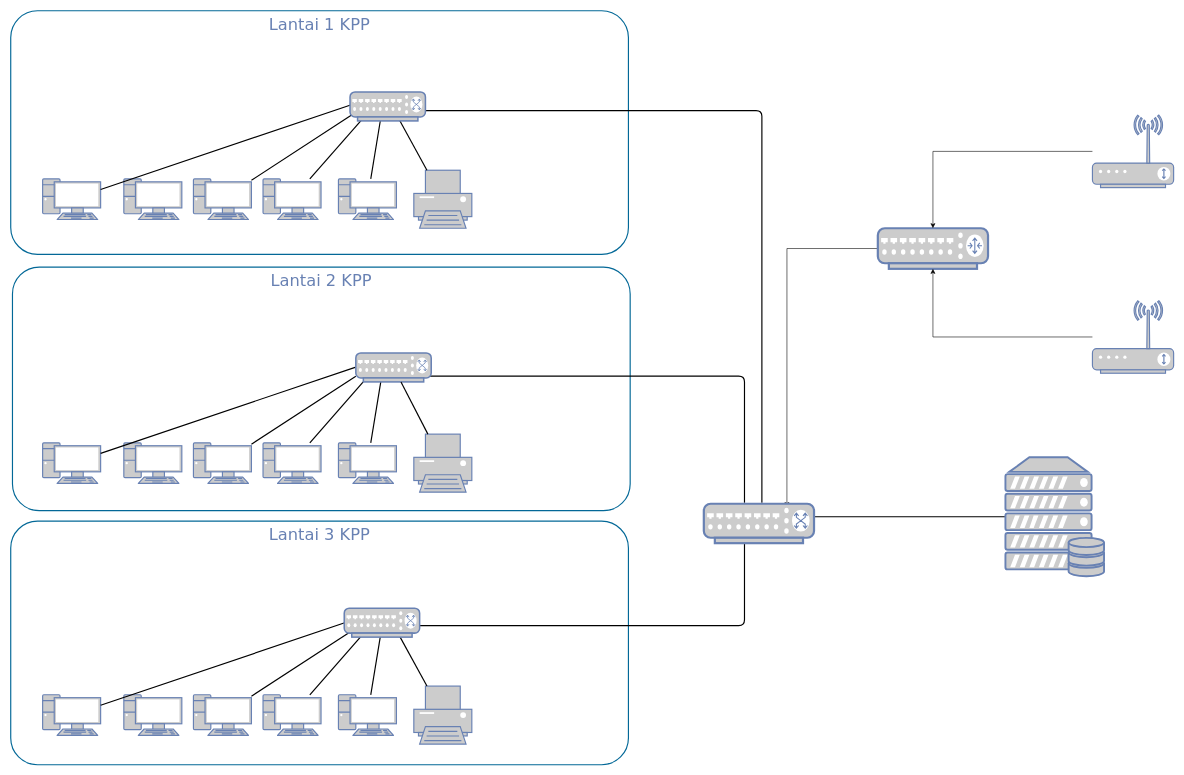
Before: Untitled Diagram.drawio in bochill/gites, a draw.io diagram. Source tidied: cells renumbered, new cells numbered last; positions are measured from the earlier drawing's top-left corner, leaving out a move shared by most shapes. Both pictures are drawn from the tidied source at 58%, with x=0, y=0 at pixel (10, 10).
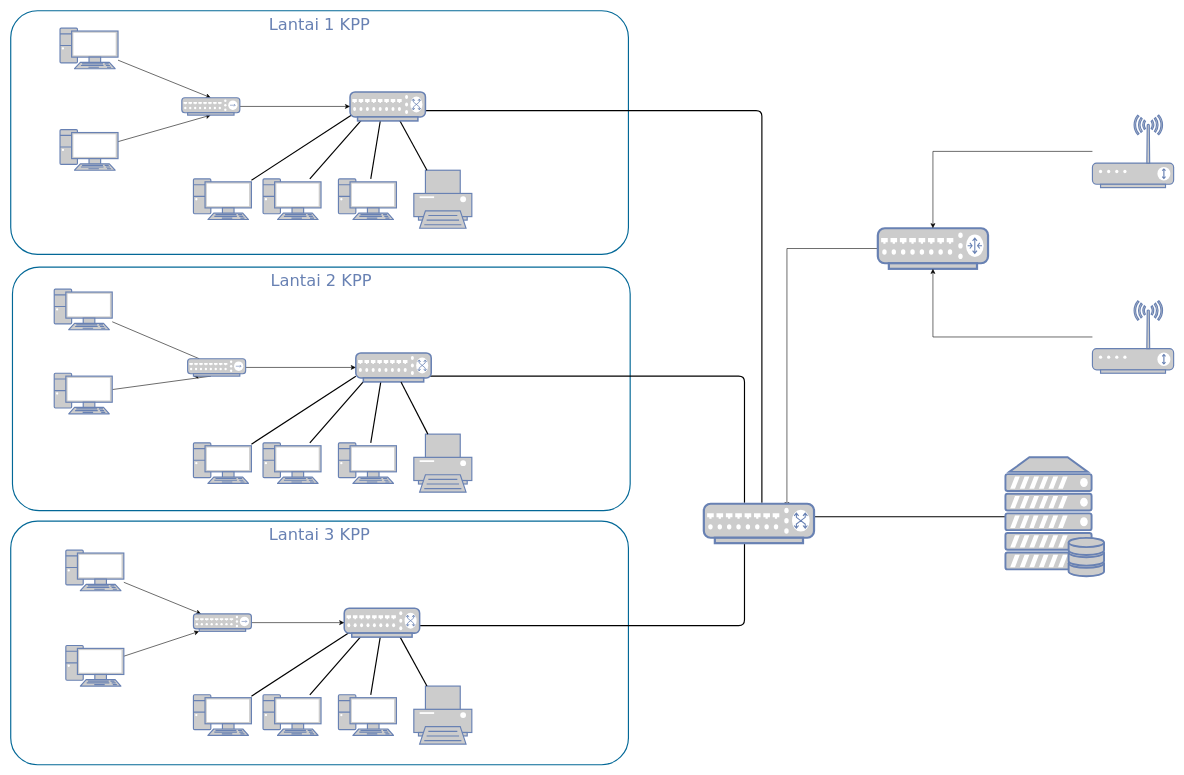
The same page after the edit.

Unchanged cells that the change refers to:
```xml
<mxCell id="42" style="fontColor=#0066CC;verticalAlign=top;verticalLabelPosition=bottom;labelPosition=center;align=center;html=1;outlineConnect=0;fillColor=#CCCCCC;strokeColor=#6881B3;gradientColor=none;gradientDirection=north;strokeWidth=2;shape=mxgraph.networks.switch;" parent="1" vertex="1">
  <mxGeometry x="595" y="590" width="130" height="50" as="geometry" />
</mxCell>
<mxCell id="48" style="fontColor=#0066CC;verticalAlign=top;verticalLabelPosition=bottom;labelPosition=center;align=center;html=1;outlineConnect=0;fillColor=#CCCCCC;strokeColor=#6881B3;gradientColor=none;gradientDirection=north;strokeWidth=2;shape=mxgraph.networks.switch;" parent="1" vertex="1">
  <mxGeometry x="585" y="140" width="130" height="50" as="geometry" />
</mxCell>
<mxCell id="49" style="fontColor=#0066CC;verticalAlign=top;verticalLabelPosition=bottom;labelPosition=center;align=center;html=1;outlineConnect=0;fillColor=#CCCCCC;strokeColor=#6881B3;gradientColor=none;gradientDirection=north;strokeWidth=2;shape=mxgraph.networks.switch;" parent="1" vertex="1">
  <mxGeometry x="575" y="1030" width="130" height="50" as="geometry" />
</mxCell>
```

Diff of the diagram source:
```diff
@@
+    <mxCell id="54" style="edgeStyle=none;rounded=0;jettySize=auto;html=1;entryX=0.5;entryY=0;entryDx=0;entryDy=0;entryPerimeter=0;" parent="1" edge="1" source="7" target="65">
+      <mxGeometry relative="1" as="geometry" />
+    </mxCell>
     <mxCell id="7" style="fontColor=#0066CC;verticalAlign=top;verticalLabelPosition=bottom;labelPosition=center;align=center;html=1;fillColor=#CCCCCC;strokeColor=#6881B3;gradientColor=none;gradientDirection=north;strokeWidth=2;shape=mxgraph.networks.pc;rounded=0;shadow=0;comic=0;" parent="1" vertex="1">
-      <mxGeometry x="55" y="290" width="100" height="70" as="geometry" />
+      <mxGeometry x="85" y="30" width="100" height="70" as="geometry" />
     </mxCell>
+    <mxCell id="55" style="edgeStyle=none;rounded=0;jettySize=auto;html=1;entryX=0.5;entryY=1;entryDx=0;entryDy=0;entryPerimeter=0;" parent="1" edge="1" source="8" target="65">
+      <mxGeometry relative="1" as="geometry" />
+    </mxCell>
     <mxCell id="8" style="fontColor=#0066CC;verticalAlign=top;verticalLabelPosition=bottom;labelPosition=center;align=center;html=1;fillColor=#CCCCCC;strokeColor=#6881B3;gradientColor=none;gradientDirection=north;strokeWidth=2;shape=mxgraph.networks.pc;rounded=0;shadow=0;comic=0;" parent="1" vertex="1">
-      <mxGeometry x="195" y="290" width="100" height="70" as="geometry" />
+      <mxGeometry x="85" y="205" width="100" height="70" as="geometry" />
     </mxCell>
@@
-    <mxCell id="13" style="edgeStyle=none;html=1;labelBackgroundColor=none;endArrow=none;endFill=0;strokeWidth=2;fontFamily=Verdana;fontSize=15;fontColor=#036897;" parent="1" edge="1" source="7">
-      <mxGeometry relative="1" as="geometry">
-        <mxPoint x="595" y="159.4" as="targetPoint" />
-      </mxGeometry>
-    </mxCell>
@@
+    <mxCell id="56" style="edgeStyle=none;rounded=0;jettySize=auto;html=1;entryX=0.1;entryY=1;entryDx=0;entryDy=0;entryPerimeter=0;" parent="1" edge="1" source="18" target="63">
+      <mxGeometry relative="1" as="geometry">
+        <Array as="points">
+          <mxPoint x="345" y="630" />
+        </Array>
+      </mxGeometry>
+    </mxCell>
     <mxCell id="18" style="fontColor=#0066CC;verticalAlign=top;verticalLabelPosition=bottom;labelPosition=center;align=center;html=1;fillColor=#CCCCCC;strokeColor=#6881B3;gradientColor=none;gradientDirection=north;strokeWidth=2;shape=mxgraph.networks.pc;rounded=0;shadow=0;comic=0;" parent="1" vertex="1">
-      <mxGeometry x="55" y="745" width="100" height="70" as="geometry" />
+      <mxGeometry x="75" y="625" width="100" height="70" as="geometry" />
     </mxCell>
+    <mxCell id="57" style="edgeStyle=none;rounded=0;jettySize=auto;html=1;" parent="1" edge="1" source="19">
+      <mxGeometry relative="1" as="geometry">
+        <mxPoint x="305" y="610" as="targetPoint" />
+        <Array as="points">
+          <mxPoint x="325" y="600" />
+        </Array>
+      </mxGeometry>
+    </mxCell>
     <mxCell id="19" style="fontColor=#0066CC;verticalAlign=top;verticalLabelPosition=bottom;labelPosition=center;align=center;html=1;fillColor=#CCCCCC;strokeColor=#6881B3;gradientColor=none;gradientDirection=north;strokeWidth=2;shape=mxgraph.networks.pc;rounded=0;shadow=0;comic=0;" parent="1" vertex="1">
-      <mxGeometry x="195" y="745" width="100" height="70" as="geometry" />
+      <mxGeometry x="75" y="480" width="100" height="70" as="geometry" />
     </mxCell>
@@
-    <mxCell id="25" style="edgeStyle=none;html=1;labelBackgroundColor=none;endArrow=none;endFill=0;strokeWidth=2;fontFamily=Verdana;fontSize=15;fontColor=#036897;" parent="1" edge="1" source="18">
-      <mxGeometry relative="1" as="geometry">
-        <mxPoint x="595" y="614.4" as="targetPoint" />
-      </mxGeometry>
-    </mxCell>
@@
+    <mxCell id="58" style="edgeStyle=none;rounded=0;jettySize=auto;html=1;" parent="1" edge="1" source="30" target="61">
+      <mxGeometry relative="1" as="geometry" />
+    </mxCell>
     <mxCell id="30" style="fontColor=#0066CC;verticalAlign=top;verticalLabelPosition=bottom;labelPosition=center;align=center;html=1;fillColor=#CCCCCC;strokeColor=#6881B3;gradientColor=none;gradientDirection=north;strokeWidth=2;shape=mxgraph.networks.pc;rounded=0;shadow=0;comic=0;" parent="1" vertex="1">
-      <mxGeometry x="55" y="1179.4" width="100" height="70" as="geometry" />
+      <mxGeometry x="95" y="930" width="100" height="70" as="geometry" />
     </mxCell>
+    <mxCell id="59" style="edgeStyle=none;rounded=0;jettySize=auto;html=1;entryX=0.1;entryY=1;entryDx=0;entryDy=0;entryPerimeter=0;" parent="1" edge="1" source="31" target="61">
+      <mxGeometry relative="1" as="geometry" />
+    </mxCell>
     <mxCell id="31" style="fontColor=#0066CC;verticalAlign=top;verticalLabelPosition=bottom;labelPosition=center;align=center;html=1;fillColor=#CCCCCC;strokeColor=#6881B3;gradientColor=none;gradientDirection=north;strokeWidth=2;shape=mxgraph.networks.pc;rounded=0;shadow=0;comic=0;" parent="1" vertex="1">
-      <mxGeometry x="195" y="1179.4" width="100" height="70" as="geometry" />
+      <mxGeometry x="95" y="1094.4" width="100" height="70" as="geometry" />
     </mxCell>
@@
-    <mxCell id="37" style="edgeStyle=none;html=1;labelBackgroundColor=none;endArrow=none;endFill=0;strokeWidth=2;fontFamily=Verdana;fontSize=15;fontColor=#036897;" parent="1" edge="1" source="30">
-      <mxGeometry relative="1" as="geometry">
-        <mxPoint x="595" y="1048.8" as="targetPoint" />
-      </mxGeometry>
-    </mxCell>
@@
+    <mxCell id="60" style="rounded=0;jettySize=auto;html=1;exitX=1;exitY=0.5;exitDx=0;exitDy=0;exitPerimeter=0;" parent="1" edge="1" source="61" target="49">
+      <mxGeometry relative="1" as="geometry" />
+    </mxCell>
+    <mxCell id="61" style="fontColor=#0066CC;verticalAlign=top;verticalLabelPosition=bottom;labelPosition=center;align=center;html=1;outlineConnect=0;fillColor=#CCCCCC;strokeColor=#6881B3;gradientColor=none;gradientDirection=north;strokeWidth=2;shape=mxgraph.networks.hub;" parent="1" vertex="1">
+      <mxGeometry x="315" y="1040" width="100" height="30" as="geometry" />
+    </mxCell>
+    <mxCell id="62" style="edgeStyle=none;rounded=0;jettySize=auto;html=1;" parent="1" edge="1" source="63" target="42">
+      <mxGeometry relative="1" as="geometry" />
+    </mxCell>
+    <mxCell id="63" style="fontColor=#0066CC;verticalAlign=top;verticalLabelPosition=bottom;labelPosition=center;align=center;html=1;outlineConnect=0;fillColor=#CCCCCC;strokeColor=#6881B3;gradientColor=none;gradientDirection=north;strokeWidth=2;shape=mxgraph.networks.hub;" parent="1" vertex="1">
+      <mxGeometry x="305" y="600" width="100" height="30" as="geometry" />
+    </mxCell>
+    <mxCell id="64" style="edgeStyle=none;rounded=0;jettySize=auto;html=1;" parent="1" edge="1" source="65" target="48">
+      <mxGeometry relative="1" as="geometry" />
+    </mxCell>
+    <mxCell id="65" style="fontColor=#0066CC;verticalAlign=top;verticalLabelPosition=bottom;labelPosition=center;align=center;html=1;outlineConnect=0;fillColor=#CCCCCC;strokeColor=#6881B3;gradientColor=none;gradientDirection=north;strokeWidth=2;shape=mxgraph.networks.hub;" parent="1" vertex="1">
+      <mxGeometry x="295" y="150" width="100" height="30" as="geometry" />
+    </mxCell>
```
